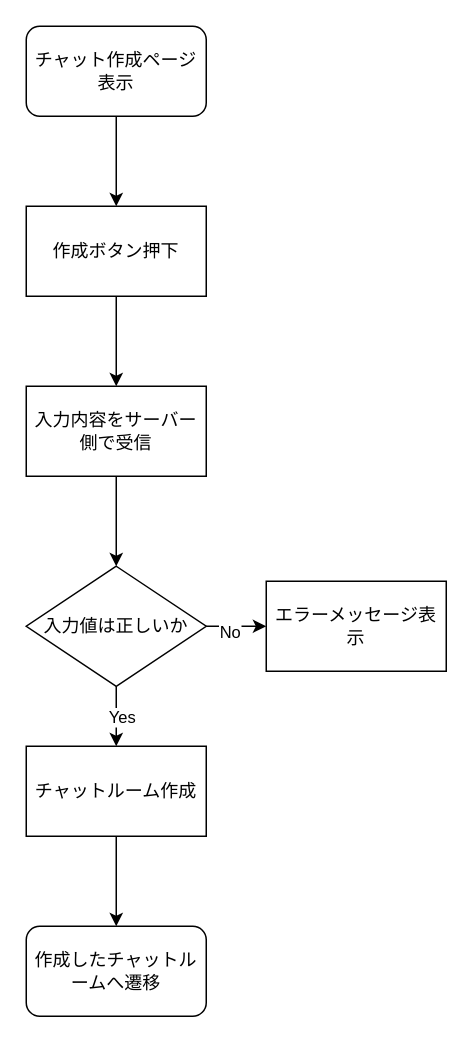
Before: external design/Flow/roomcreate.drawio in KawashimaRyuhei/ChatApps, a draw.io diagram. Source tidied: cells renumbered, new cells numbered last; positions are measured from the earlier drawing's top-left corner, leaving out a move shared by most shapes. Both pictures are drawn from the tidied source at 150%, with x=0, y=0 at pixel (26, 26).
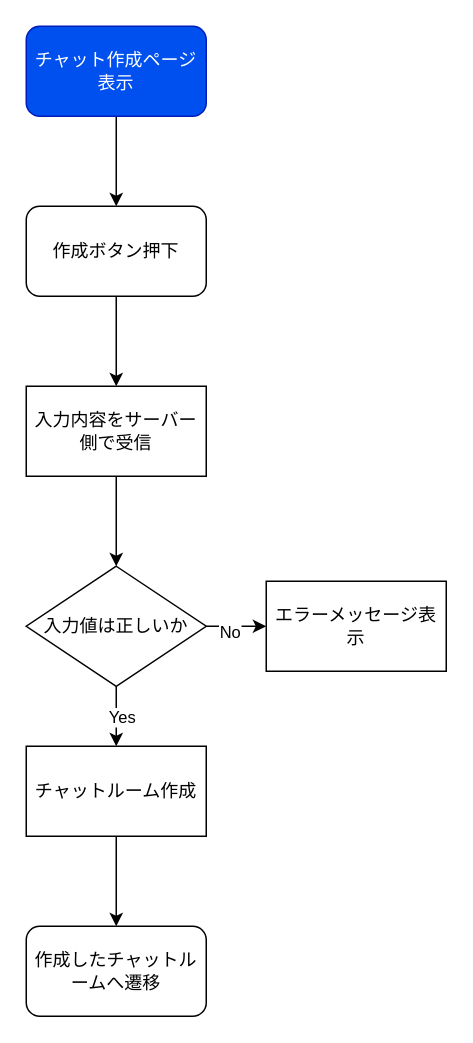
Above is the later version.

The edit, as a diff of the source:
```diff
@@
 <mxGraphModel>
   <root>
     <mxCell id="0" />
     <mxCell id="1" parent="0" />
     <mxCell id="2" style="edgeStyle=none;html=1;entryX=0.5;entryY=0;entryDx=0;entryDy=0;" parent="1" edge="1" source="3" target="5">
       <mxGeometry relative="1" as="geometry" />
     </mxCell>
-    <mxCell id="3" value="チャット作成ページ表示" style="rounded=1;whiteSpace=wrap;html=1;" parent="1" vertex="1">
+    <mxCell id="3" value="チャット作成ページ表示" style="rounded=1;whiteSpace=wrap;html=1;fillColor=#0050ef;fontColor=#ffffff;strokeColor=#001DBC;" parent="1" vertex="1">
       <mxGeometry width="120" height="60" as="geometry" />
     </mxCell>
     <mxCell id="4" style="edgeStyle=none;html=1;entryX=0.5;entryY=0;entryDx=0;entryDy=0;" parent="1" edge="1" source="5" target="7">
       <mxGeometry relative="1" as="geometry" />
     </mxCell>
-    <mxCell id="5" value="作成ボタン押下" style="rounded=0;whiteSpace=wrap;html=1;" parent="1" vertex="1">
+    <mxCell id="5" value="作成ボタン押下" style="rounded=1;whiteSpace=wrap;html=1;" parent="1" vertex="1">
       <mxGeometry y="120" width="120" height="60" as="geometry" />
     </mxCell>
     <mxCell id="6" style="edgeStyle=none;html=1;entryX=0.5;entryY=0;entryDx=0;entryDy=0;" parent="1" edge="1" source="7" target="12">
       <mxGeometry relative="1" as="geometry" />
     </mxCell>
     <mxCell id="7" value="入力内容をサーバー側で受信" style="rounded=0;whiteSpace=wrap;html=1;" parent="1" vertex="1">
       <mxGeometry y="240" width="120" height="60" as="geometry" />
     </mxCell>
     <mxCell id="8" style="edgeStyle=none;html=1;entryX=0;entryY=0.5;entryDx=0;entryDy=0;" parent="1" edge="1" source="12" target="13">
       <mxGeometry relative="1" as="geometry" />
     </mxCell>
     <mxCell id="9" value="No" style="edgeLabel;html=1;align=center;verticalAlign=middle;" parent="8" vertex="1">
       <mxGeometry x="-0.25" y="-3" relative="1" as="geometry" />
     </mxCell>
     <mxCell id="10" style="edgeStyle=none;html=1;entryX=0.5;entryY=0;entryDx=0;entryDy=0;" parent="1" edge="1" source="12" target="15">
       <mxGeometry relative="1" as="geometry" />
     </mxCell>
     <mxCell id="11" value="Yes" style="edgeLabel;html=1;align=center;verticalAlign=middle;" parent="10" vertex="1">
       <mxGeometry y="3" relative="1" as="geometry" />
     </mxCell>
     <mxCell id="12" value="入力値は正しいか" style="rhombus;whiteSpace=wrap;html=1;" parent="1" vertex="1">
       <mxGeometry y="360" width="120" height="80" as="geometry" />
     </mxCell>
     <mxCell id="13" value="エラーメッセージ表示" style="rounded=0;whiteSpace=wrap;html=1;" parent="1" vertex="1">
       <mxGeometry x="160" y="370" width="120" height="60" as="geometry" />
     </mxCell>
     <mxCell id="14" style="edgeStyle=none;html=1;entryX=0.5;entryY=0;entryDx=0;entryDy=0;" parent="1" edge="1" source="15" target="16">
       <mxGeometry relative="1" as="geometry" />
     </mxCell>
     <mxCell id="15" value="チャットルーム作成" style="rounded=0;whiteSpace=wrap;html=1;" parent="1" vertex="1">
       <mxGeometry y="480" width="120" height="60" as="geometry" />
     </mxCell>
     <mxCell id="16" value="作成したチャットルームへ遷移" style="rounded=1;whiteSpace=wrap;html=1;" parent="1" vertex="1">
       <mxGeometry y="600" width="120" height="60" as="geometry" />
     </mxCell>
   </root>
 </mxGraphModel>
```
